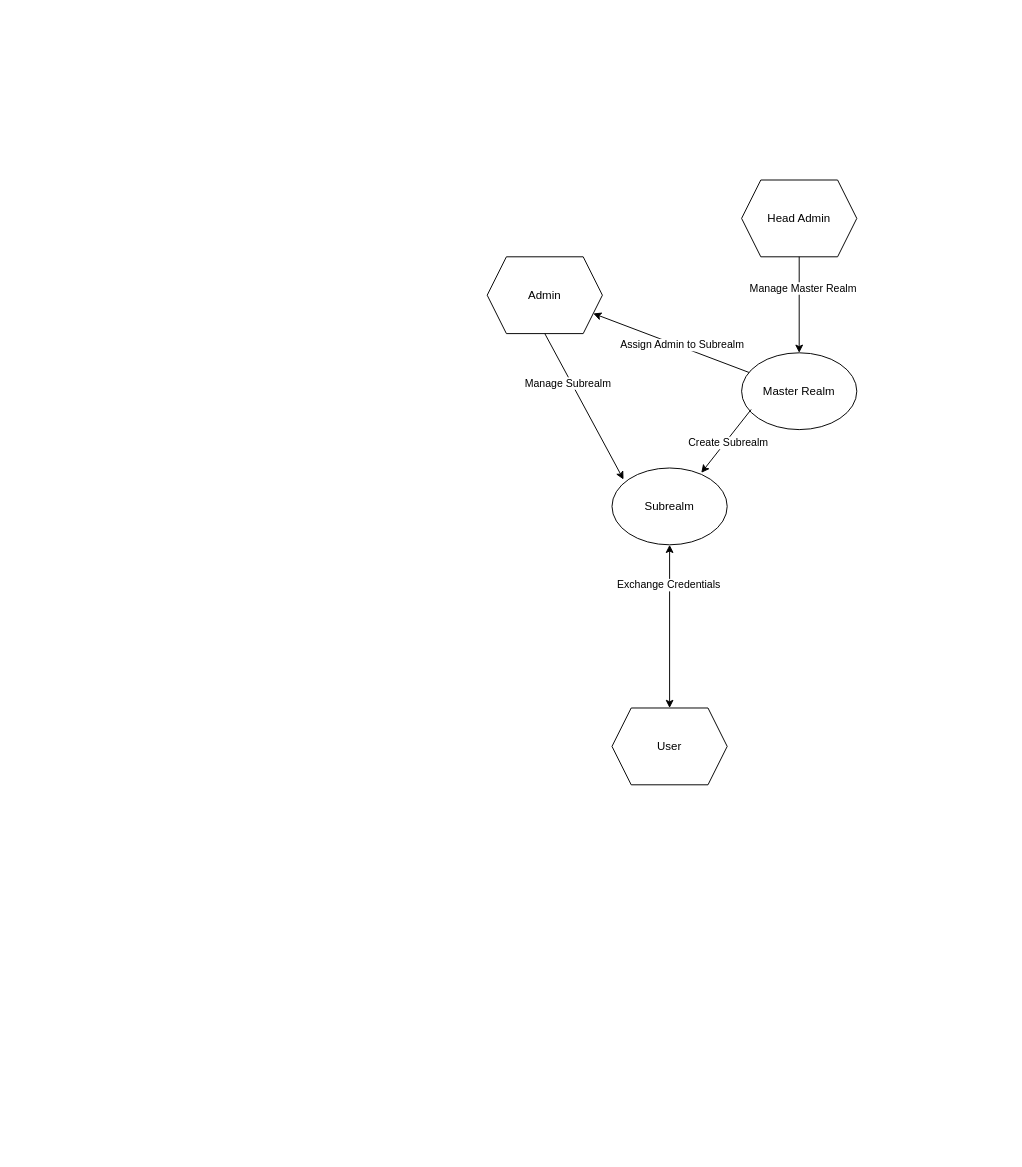
This is interaction_2/interaction_2_Use_Case.drawio from AyRidd03/SoftwareAssuranceTeam3, a draw.io file, before an edit. Source tidied: cells renumbered, new cells numbered last; positions are measured from the earlier drawing's top-left corner, leaving out a move shared by most shapes. Both pictures are drawn from the tidied source at 96%, with x=0, y=0 at pixel (487, 180).
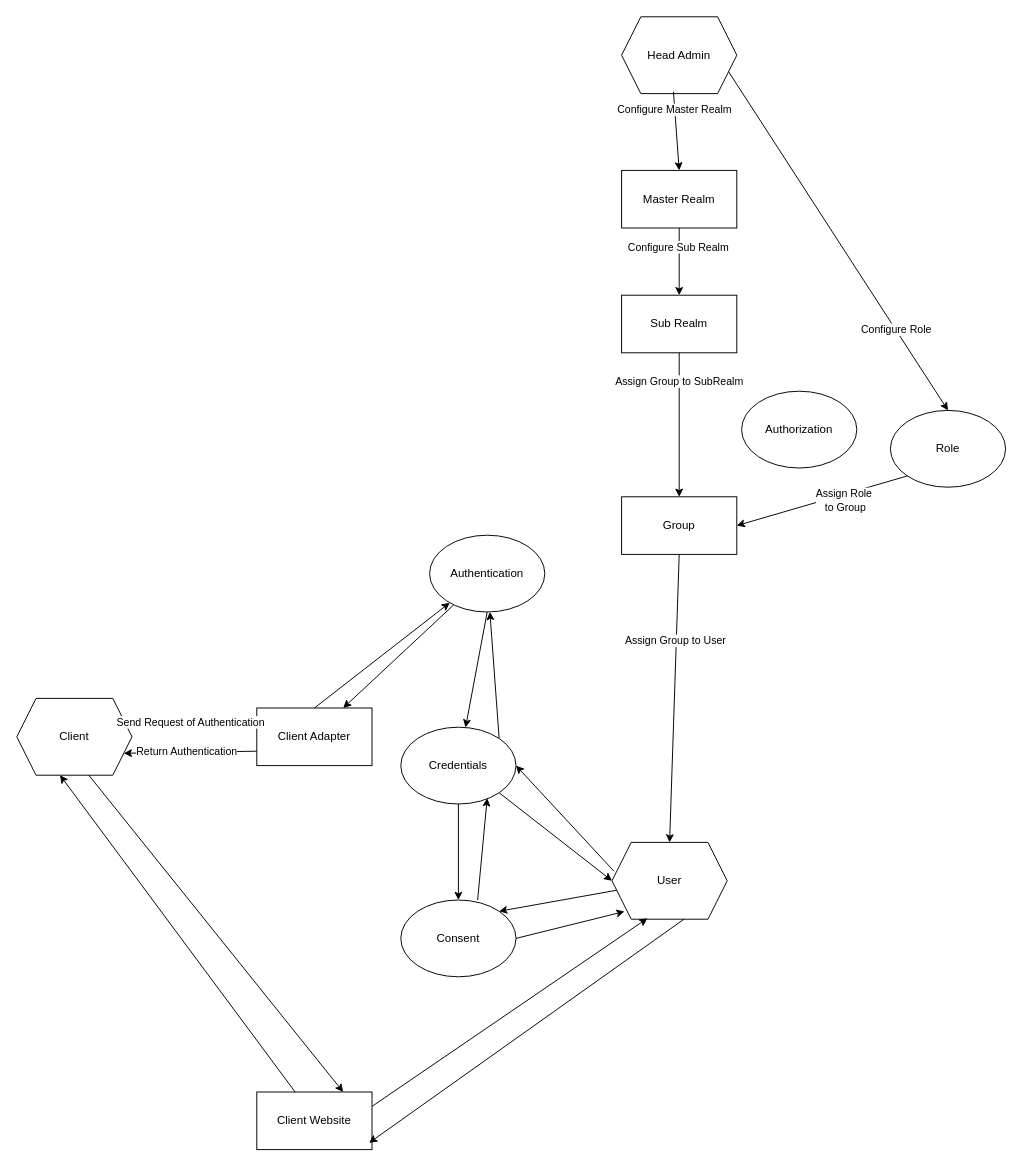
The same page after the edit.

Diff of the diagram source:
```diff
@@
     <mxCell id="2" value="Head Admin" style="shape=hexagon;perimeter=hexagonPerimeter2;whiteSpace=wrap;html=1;shapeInside=1;fixedSize=1;" parent="1" vertex="1">
-      <mxGeometry x="265" width="120" height="80" as="geometry" />
+      <mxGeometry x="140" y="-170" width="120" height="80" as="geometry" />
     </mxCell>
     <mxCell id="3" value="User" style="shape=hexagon;perimeter=hexagonPerimeter2;whiteSpace=wrap;html=1;shapeInside=1;fixedSize=1;" parent="1" vertex="1">
-      <mxGeometry x="130" y="550" width="120" height="80" as="geometry" />
+      <mxGeometry x="130" y="690" width="120" height="80" as="geometry" />
     </mxCell>
-    <mxCell id="4" value="Admin" style="shape=hexagon;perimeter=hexagonPerimeter2;whiteSpace=wrap;html=1;shapeInside=1;fixedSize=1;" parent="1" vertex="1">
-      <mxGeometry y="80" width="120" height="80" as="geometry" />
-    </mxCell>
+    <mxCell id="17" value="Authorization" style="ellipse;whiteSpace=wrap;html=1;shapeInside=1;" parent="1" vertex="1">
+      <mxGeometry x="265" y="220" width="120" height="80" as="geometry" />
+    </mxCell>
+    <mxCell id="18" value="Authentication" style="ellipse;whiteSpace=wrap;html=1;shapeInside=1;" parent="1" vertex="1">
+      <mxGeometry x="-60" y="370" width="120" height="80" as="geometry" />
+    </mxCell>
+    <mxCell id="19" value="Role" style="ellipse;whiteSpace=wrap;html=1;shapeInside=1;" parent="1" vertex="1">
+      <mxGeometry x="420" y="240" width="120" height="80" as="geometry" />
+    </mxCell>
+    <mxCell id="20" value="Credentials" style="ellipse;whiteSpace=wrap;html=1;shapeInside=1;" parent="1" vertex="1">
+      <mxGeometry x="-90" y="570" width="120" height="80" as="geometry" />
+    </mxCell>
+    <mxCell id="21" value="Group" style="rounded=0;whiteSpace=wrap;html=1;" parent="1" vertex="1">
+      <mxGeometry x="140" y="330" width="120" height="60" as="geometry" />
+    </mxCell>
+    <mxCell id="22" value="Sub Realm" style="rounded=0;whiteSpace=wrap;html=1;" parent="1" vertex="1">
+      <mxGeometry x="140" y="120" width="120" height="60" as="geometry" />
+    </mxCell>
-    <mxCell id="5" value="Master Realm" style="ellipse;whiteSpace=wrap;html=1;shapeInside=1;" parent="1" vertex="1">
-      <mxGeometry x="265" y="180" width="120" height="80" as="geometry" />
+    <mxCell id="5" value="Master Realm" style="rounded=0;whiteSpace=wrap;html=1;" parent="1" vertex="1">
+      <mxGeometry x="140" y="-10" width="120" height="60" as="geometry" />
     </mxCell>
-    <mxCell id="6" value="Subrealm" style="ellipse;whiteSpace=wrap;html=1;shapeInside=1;" parent="1" vertex="1">
-      <mxGeometry x="130" y="300" width="120" height="80" as="geometry" />
-    </mxCell>
+    <mxCell id="23" value="Client" style="shape=hexagon;perimeter=hexagonPerimeter2;whiteSpace=wrap;html=1;shapeInside=1;fixedSize=1;" parent="1" vertex="1">
+      <mxGeometry x="-490" y="540" width="120" height="80" as="geometry" />
+    </mxCell>
+    <mxCell id="24" value="Client Adapter" style="rounded=0;whiteSpace=wrap;html=1;" parent="1" vertex="1">
+      <mxGeometry x="-240" y="550" width="120" height="60" as="geometry" />
+    </mxCell>
+    <mxCell id="25" value="Consent" style="ellipse;whiteSpace=wrap;html=1;shapeInside=1;" parent="1" vertex="1">
+      <mxGeometry x="-90" y="750" width="120" height="80" as="geometry" />
+    </mxCell>
-    <mxCell id="7" style="endArrow=classic;html=1;rounded=0;exitX=0.5;exitY=1;exitDx=0;exitDy=0;entryX=0.5;entryY=0;entryDx=0;entryDy=0;" parent="1" edge="1" source="2" target="5">
+    <mxCell id="7" style="endArrow=classic;html=1;rounded=0;exitX=0.45;exitY=0.975;exitDx=0;exitDy=0;exitPerimeter=0;entryX=0.5;entryY=0;entryDx=0;entryDy=0;" parent="1" edge="1" source="2" target="5">
       <mxGeometry relative="1" as="geometry" />
     </mxCell>
-    <mxCell id="8" value="Manage Master Realm" style="edgeLabel;html=1;align=center;verticalAlign=middle;" parent="7" vertex="1">
-      <mxGeometry x="-0.36" y="3" relative="1" as="geometry" />
-    </mxCell>
-    <mxCell id="9" style="endArrow=classic;html=1;rounded=0;exitX=0.083;exitY=0.738;exitDx=0;exitDy=0;exitPerimeter=0;entryX=0.775;entryY=0.063;entryDx=0;entryDy=0;entryPerimeter=0;" parent="1" edge="1" source="5" target="6">
-      <mxGeometry relative="1" as="geometry" />
-    </mxCell>
-    <mxCell id="10" value="Create Subrealm" style="edgeLabel;html=1;align=center;verticalAlign=middle;" parent="9" vertex="1">
-      <mxGeometry x="-0.01" y="2" relative="1" as="geometry" />
-    </mxCell>
-    <mxCell id="11" style="endArrow=classic;html=1;rounded=0;" parent="1" edge="1" source="5" target="4">
-      <mxGeometry relative="1" as="geometry" />
-    </mxCell>
-    <mxCell id="12" value="Assign Admin to Subrealm" style="edgeLabel;html=1;align=center;verticalAlign=middle;" parent="11" vertex="1">
-      <mxGeometry x="-0.12" y="-2" relative="1" as="geometry" />
-    </mxCell>
-    <mxCell id="13" style="endArrow=classic;html=1;rounded=0;exitX=0.5;exitY=1;exitDx=0;exitDy=0;entryX=0.1;entryY=0.15;entryDx=0;entryDy=0;entryPerimeter=0;" parent="1" edge="1" source="4" target="6">
-      <mxGeometry relative="1" as="geometry" />
-    </mxCell>
-    <mxCell id="14" value="Manage Subrealm" style="edgeLabel;html=1;align=center;verticalAlign=middle;" parent="13" vertex="1">
-      <mxGeometry x="-0.35" y="-4" relative="1" as="geometry" />
-    </mxCell>
-    <mxCell id="15" style="endArrow=classic;startArrow=classic;html=1;rounded=0;entryX=0.5;entryY=1;entryDx=0;entryDy=0;exitX=0.5;exitY=0;exitDx=0;exitDy=0;" parent="1" edge="1" source="3" target="6">
-      <mxGeometry relative="1" as="geometry" />
-    </mxCell>
-    <mxCell id="16" value="Exchange Credentials" style="edgeLabel;html=1;align=center;verticalAlign=middle;" parent="15" vertex="1">
-      <mxGeometry x="0.52" y="2" relative="1" as="geometry" />
-    </mxCell>
+    <mxCell id="26" value="Configure Master Realm" style="edgeLabel;html=1;align=center;verticalAlign=middle;" parent="7" vertex="1">
+      <mxGeometry x="-0.56" y="-1" relative="1" as="geometry" />
+    </mxCell>
+    <mxCell id="27" style="endArrow=classic;html=1;rounded=0;exitX=0.5;exitY=1;exitDx=0;exitDy=0;entryX=0.5;entryY=0;entryDx=0;entryDy=0;" parent="1" edge="1" source="5" target="22">
+      <mxGeometry relative="1" as="geometry" />
+    </mxCell>
+    <mxCell id="28" value="Configure Sub Realm" style="edgeLabel;html=1;align=center;verticalAlign=middle;" parent="27" vertex="1">
+      <mxGeometry x="-0.46" y="-2" relative="1" as="geometry" />
+    </mxCell>
+    <mxCell id="29" style="endArrow=classic;html=1;rounded=0;exitX=0.5;exitY=1;exitDx=0;exitDy=0;entryX=0.5;entryY=0;entryDx=0;entryDy=0;" parent="1" edge="1" source="22" target="21">
+      <mxGeometry relative="1" as="geometry" />
+    </mxCell>
+    <mxCell id="30" value="Assign Group to SubRealm" style="edgeLabel;html=1;align=center;verticalAlign=middle;" parent="29" vertex="1">
+      <mxGeometry x="-0.61" y="-1" relative="1" as="geometry" />
+    </mxCell>
+    <mxCell id="31" style="endArrow=classic;html=1;rounded=0;exitX=1;exitY=0.25;exitDx=0;exitDy=0;entryX=0;entryY=0.25;entryDx=0;entryDy=0;" parent="1" edge="1" source="23" target="24">
+      <mxGeometry relative="1" as="geometry" />
+    </mxCell>
+    <mxCell id="32" value="Send Request of Authentication" style="edgeLabel;html=1;align=center;verticalAlign=middle;" parent="31" vertex="1">
+      <mxGeometry x="-0.2" y="-1" relative="1" as="geometry">
+        <mxPoint x="14" as="offset" />
+      </mxGeometry>
+    </mxCell>
+    <mxCell id="33" style="endArrow=classic;html=1;rounded=0;exitX=0;exitY=0.75;exitDx=0;exitDy=0;entryX=1;entryY=0.75;entryDx=0;entryDy=0;" parent="1" edge="1" source="24" target="23">
+      <mxGeometry relative="1" as="geometry" />
+    </mxCell>
+    <mxCell id="34" value="Return Authentication" style="edgeLabel;html=1;align=center;verticalAlign=middle;" parent="33" vertex="1">
+      <mxGeometry x="0.45" y="-2" relative="1" as="geometry">
+        <mxPoint x="27" as="offset" />
+      </mxGeometry>
+    </mxCell>
+    <mxCell id="35" style="endArrow=classic;html=1;rounded=0;exitX=0.5;exitY=1;exitDx=0;exitDy=0;entryX=0.5;entryY=0;entryDx=0;entryDy=0;" parent="1" edge="1" source="21" target="3">
+      <mxGeometry relative="1" as="geometry" />
+    </mxCell>
+    <mxCell id="36" value="Assign Group to User" style="edgeLabel;html=1;align=center;verticalAlign=middle;" parent="35" vertex="1">
+      <mxGeometry x="-0.4" y="-2" relative="1" as="geometry" />
+    </mxCell>
+    <mxCell id="37" style="endArrow=classic;html=1;rounded=0;exitX=1;exitY=0.75;exitDx=0;exitDy=0;entryX=0.5;entryY=0;entryDx=0;entryDy=0;" parent="1" edge="1" source="2" target="19">
+      <mxGeometry relative="1" as="geometry" />
+    </mxCell>
+    <mxCell id="38" value="Configure Role" style="edgeLabel;html=1;align=center;verticalAlign=middle;" parent="37" vertex="1">
+      <mxGeometry x="0.52" relative="1" as="geometry" />
+    </mxCell>
+    <mxCell id="39" style="endArrow=classic;html=1;rounded=0;exitX=0;exitY=1;exitDx=0;exitDy=0;entryX=1;entryY=0.5;entryDx=0;entryDy=0;" parent="1" edge="1" source="19" target="21">
+      <mxGeometry relative="1" as="geometry" />
+    </mxCell>
+    <mxCell id="40" value="Assign Role&amp;nbsp;&lt;div&gt;to Group&lt;/div&gt;" style="edgeLabel;html=1;align=center;verticalAlign=middle;" parent="39" vertex="1">
+      <mxGeometry x="-0.28" y="-4" relative="1" as="geometry">
+        <mxPoint y="10" as="offset" />
+      </mxGeometry>
+    </mxCell>
+    <mxCell id="41" style="endArrow=classic;html=1;rounded=0;exitX=0.5;exitY=0;exitDx=0;exitDy=0;" parent="1" edge="1" source="24" target="18">
+      <mxGeometry relative="1" as="geometry" />
+    </mxCell>
+    <mxCell id="42" style="endArrow=classic;html=1;rounded=0;exitX=0.5;exitY=1;exitDx=0;exitDy=0;" parent="1" edge="1" source="18" target="20">
+      <mxGeometry relative="1" as="geometry" />
+    </mxCell>
+    <mxCell id="43" style="endArrow=classic;html=1;rounded=0;exitX=0.5;exitY=1;exitDx=0;exitDy=0;entryX=0.5;entryY=0;entryDx=0;entryDy=0;" parent="1" edge="1" source="20" target="25">
+      <mxGeometry relative="1" as="geometry" />
+    </mxCell>
+    <mxCell id="44" style="endArrow=classic;html=1;rounded=0;exitX=1;exitY=0.5;exitDx=0;exitDy=0;entryX=0.108;entryY=0.9;entryDx=0;entryDy=0;entryPerimeter=0;" parent="1" edge="1" source="25" target="3">
+      <mxGeometry relative="1" as="geometry" />
+    </mxCell>
+    <mxCell id="45" style="endArrow=classic;html=1;rounded=0;entryX=1;entryY=0;entryDx=0;entryDy=0;" parent="1" edge="1" source="3" target="25">
+      <mxGeometry relative="1" as="geometry" />
+    </mxCell>
+    <mxCell id="46" style="endArrow=classic;html=1;rounded=0;exitX=0.017;exitY=0.375;exitDx=0;exitDy=0;exitPerimeter=0;entryX=1;entryY=0.5;entryDx=0;entryDy=0;" parent="1" edge="1" source="3" target="20">
+      <mxGeometry relative="1" as="geometry" />
+    </mxCell>
+    <mxCell id="47" style="endArrow=classic;html=1;rounded=0;exitX=1;exitY=0;exitDx=0;exitDy=0;" parent="1" edge="1" source="20" target="18">
+      <mxGeometry relative="1" as="geometry" />
+    </mxCell>
+    <mxCell id="48" style="endArrow=classic;html=1;rounded=0;entryX=0.75;entryY=0;entryDx=0;entryDy=0;" parent="1" edge="1" source="18" target="24">
+      <mxGeometry relative="1" as="geometry" />
+    </mxCell>
+    <mxCell id="49" style="endArrow=classic;html=1;rounded=0;exitX=0.667;exitY=0;exitDx=0;exitDy=0;exitPerimeter=0;entryX=0.75;entryY=0.925;entryDx=0;entryDy=0;entryPerimeter=0;" parent="1" edge="1" source="25" target="20">
+      <mxGeometry relative="1" as="geometry" />
+    </mxCell>
+    <mxCell id="50" style="endArrow=classic;html=1;rounded=0;exitX=1;exitY=1;exitDx=0;exitDy=0;entryX=0;entryY=0.5;entryDx=0;entryDy=0;" parent="1" edge="1" source="20" target="3">
+      <mxGeometry relative="1" as="geometry" />
+    </mxCell>
+    <mxCell id="51" value="Client Website" style="rounded=0;whiteSpace=wrap;html=1;" parent="1" vertex="1">
+      <mxGeometry x="-240" y="950" width="120" height="60" as="geometry" />
+    </mxCell>
+    <mxCell id="52" style="endArrow=classic;html=1;rounded=0;exitX=0.625;exitY=1;exitDx=0;exitDy=0;entryX=0.975;entryY=0.883;entryDx=0;entryDy=0;entryPerimeter=0;" parent="1" edge="1" source="3" target="51">
+      <mxGeometry relative="1" as="geometry" />
+    </mxCell>
+    <mxCell id="53" style="endArrow=classic;html=1;rounded=0;exitX=0.333;exitY=0;exitDx=0;exitDy=0;exitPerimeter=0;entryX=0.375;entryY=1;entryDx=0;entryDy=0;" parent="1" edge="1" source="51" target="23">
+      <mxGeometry relative="1" as="geometry" />
+    </mxCell>
+    <mxCell id="54" style="endArrow=classic;html=1;rounded=0;exitX=0.625;exitY=1;exitDx=0;exitDy=0;entryX=0.75;entryY=0;entryDx=0;entryDy=0;" parent="1" edge="1" source="23" target="51">
+      <mxGeometry relative="1" as="geometry" />
+    </mxCell>
+    <mxCell id="55" style="endArrow=classic;html=1;rounded=0;exitX=1;exitY=0.25;exitDx=0;exitDy=0;entryX=0.308;entryY=0.988;entryDx=0;entryDy=0;entryPerimeter=0;" parent="1" edge="1" source="51" target="3">
+      <mxGeometry relative="1" as="geometry" />
+    </mxCell>
```
